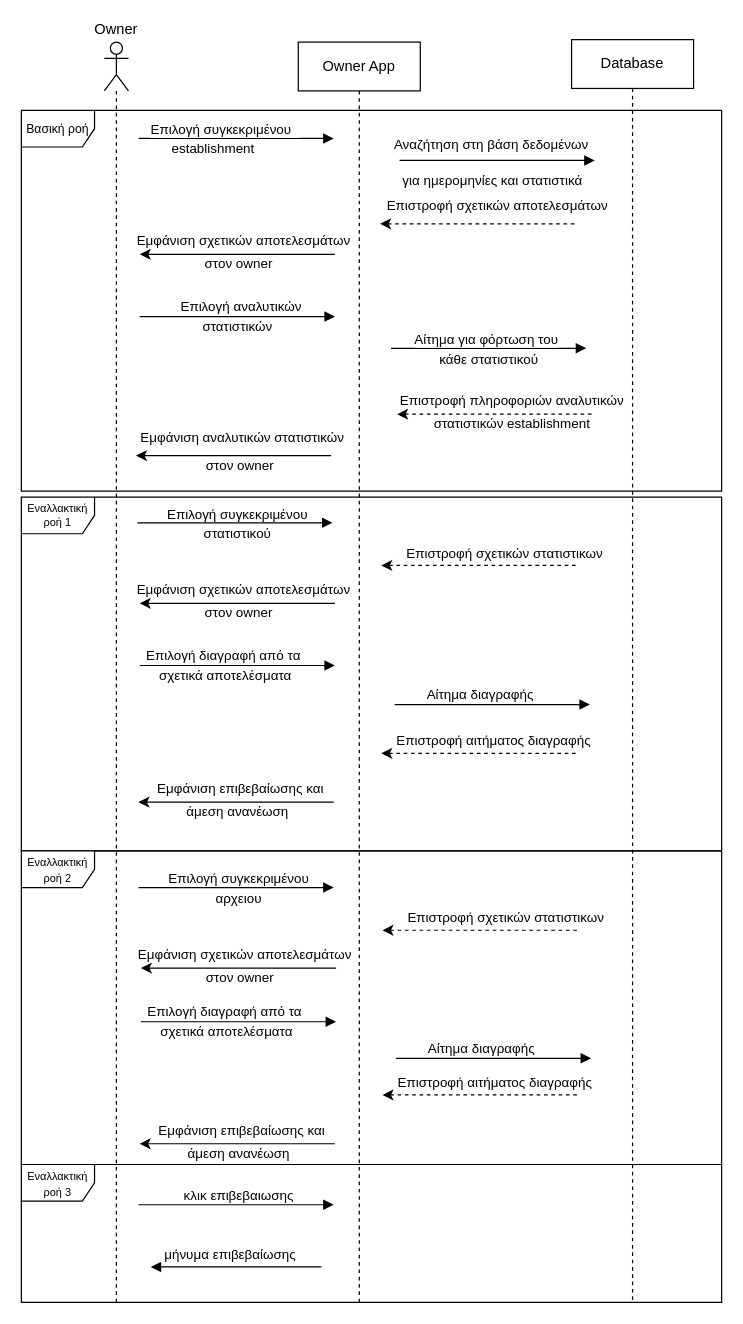
nickpotamianos/Software-Development-Project-Muscle-Mapp keeps this draw.io diagram as Paradoteo 2/documentation/diagrams - nikolas/owner_statistics.drawio. Above is the earlier version. Source tidied: cells renumbered, new cells numbered last; positions are measured from the earlier drawing's top-left corner, leaving out a move shared by most shapes. Both pictures are drawn from the tidied source at 122%, with x=0, y=0 at pixel (21, 39).
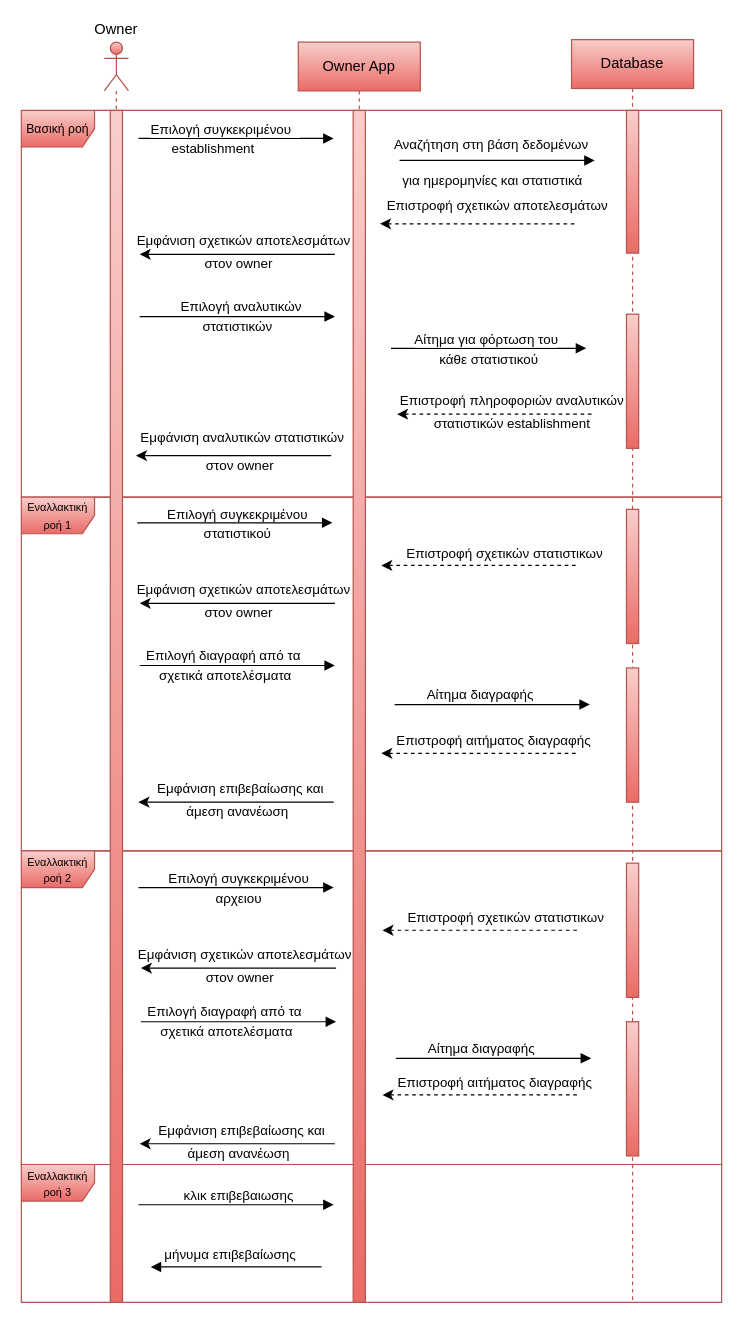
The same diagram, later.

Diff of the diagram source:
```diff
@@
-    <mxCell id="2" value="Owner" style="shape=umlLifeline;perimeter=lifelinePerimeter;whiteSpace=wrap;html=1;newEdgeStyle={&quot;curved&quot;:0,&quot;rounded&quot;:0};participant=umlActor;horizontal=1;verticalAlign=middle;align=center;spacingTop=0;spacing=2;spacingBottom=60;fontFamily=comfortaa;" parent="1" vertex="1">
+    <mxCell id="2" value="Owner" style="shape=umlLifeline;perimeter=lifelinePerimeter;whiteSpace=wrap;html=1;newEdgeStyle={&quot;curved&quot;:0,&quot;rounded&quot;:0};participant=umlActor;horizontal=1;verticalAlign=middle;align=center;spacingTop=0;spacing=2;spacingBottom=60;fontFamily=Helvetica;strokeColor=#b85450;fontSize=12;fontColor=default;fillColor=#f8cecc;gradientColor=#ea6b66;" parent="1" vertex="1">
       <mxGeometry x="68" y="2" width="19.8" height="1033" as="geometry" />
     </mxCell>
-    <mxCell id="3" value="Owner App" style="shape=umlLifeline;perimeter=lifelinePerimeter;whiteSpace=wrap;html=1;newEdgeStyle={&quot;curved&quot;:0,&quot;rounded&quot;:0};fontFamily=comfortaa;" parent="1" vertex="1">
+    <mxCell id="3" value="Owner App" style="shape=umlLifeline;perimeter=lifelinePerimeter;whiteSpace=wrap;html=1;newEdgeStyle={&quot;curved&quot;:0,&quot;rounded&quot;:0};fillColor=#f8cecc;gradientColor=#ea6b66;strokeColor=#b85450;" parent="1" vertex="1">
       <mxGeometry x="227" y="2" width="100" height="1033" as="geometry" />
     </mxCell>
-    <mxCell id="4" value="Database" style="shape=umlLifeline;perimeter=lifelinePerimeter;whiteSpace=wrap;html=1;newEdgeStyle={&quot;curved&quot;:0,&quot;rounded&quot;:0};fontFamily=comfortaa;" parent="1" vertex="1">
+    <mxCell id="4" value="Database" style="shape=umlLifeline;perimeter=lifelinePerimeter;whiteSpace=wrap;html=1;newEdgeStyle={&quot;curved&quot;:0,&quot;rounded&quot;:0};fontFamily=Helvetica;strokeColor=#b85450;align=center;verticalAlign=middle;fontSize=12;fontColor=default;fillColor=#f8cecc;gradientColor=#ea6b66;" parent="1" vertex="1">
       <mxGeometry x="451" width="100" height="1035" as="geometry" />
     </mxCell>
@@
-    <mxCell id="31" value="&lt;font style=&quot;font-size: 10px;&quot;&gt;Βασική ροή&lt;/font&gt;" style="shape=umlFrame;whiteSpace=wrap;html=1;fontFamily=comfortaa;" parent="1" vertex="1">
-      <mxGeometry y="58" width="574" height="312" as="geometry" />
+    <mxCell id="31" value="&lt;font style=&quot;font-size: 10px;&quot;&gt;Βασική ροή&lt;/font&gt;" style="shape=umlFrame;whiteSpace=wrap;html=1;fillColor=#f8cecc;gradientColor=#ea6b66;strokeColor=#b85450;" parent="1" vertex="1">
+      <mxGeometry y="58" width="574" height="317" as="geometry" />
     </mxCell>
-    <mxCell id="32" value="&lt;font style=&quot;font-size: 9px;&quot;&gt;Εναλλακτική ροή 1&lt;/font&gt;" style="shape=umlFrame;whiteSpace=wrap;html=1;fontFamily=comfortaa;fontSize=9;" parent="1" vertex="1">
+    <mxCell id="32" value="&lt;font style=&quot;font-size: 9px;&quot;&gt;Εναλλακτική ροή 1&lt;/font&gt;" style="shape=umlFrame;whiteSpace=wrap;html=1;fontFamily=Helvetica;fontSize=12;strokeColor=#b85450;align=center;verticalAlign=middle;fontColor=default;fillColor=#f8cecc;gradientColor=#ea6b66;" parent="1" vertex="1">
       <mxGeometry y="375" width="574" height="290" as="geometry" />
     </mxCell>
-    <mxCell id="33" value="&lt;p style=&quot;line-height: 100%;&quot;&gt;&lt;font style=&quot;&quot;&gt;&lt;font style=&quot;font-size: 9px;&quot;&gt;Εναλλακτική ροή 2&lt;/font&gt;&lt;br&gt;&lt;/font&gt;&lt;/p&gt;" style="shape=umlFrame;whiteSpace=wrap;html=1;fontFamily=comfortaa;" parent="1" vertex="1">
+    <mxCell id="33" value="&lt;p style=&quot;line-height: 100%;&quot;&gt;&lt;font style=&quot;&quot;&gt;&lt;font style=&quot;font-size: 9px;&quot;&gt;Εναλλακτική ροή 2&lt;/font&gt;&lt;br&gt;&lt;/font&gt;&lt;/p&gt;" style="shape=umlFrame;whiteSpace=wrap;html=1;fontFamily=Helvetica;strokeColor=#b85450;align=center;verticalAlign=middle;fontSize=12;fontColor=default;fillColor=#f8cecc;gradientColor=#ea6b66;" parent="1" vertex="1">
       <mxGeometry y="665" width="574" height="257" as="geometry" />
     </mxCell>
@@
-    <mxCell id="67" value="&lt;p style=&quot;line-height: 100%;&quot;&gt;&lt;font style=&quot;&quot;&gt;&lt;font style=&quot;font-size: 9px;&quot;&gt;Εναλλακτική ροή 3&lt;/font&gt;&lt;br&gt;&lt;/font&gt;&lt;/p&gt;" style="shape=umlFrame;whiteSpace=wrap;html=1;fontFamily=comfortaa;" parent="1" vertex="1">
+    <mxCell id="67" value="&lt;p style=&quot;line-height: 100%;&quot;&gt;&lt;font style=&quot;&quot;&gt;&lt;font style=&quot;font-size: 9px;&quot;&gt;Εναλλακτική ροή 3&lt;/font&gt;&lt;br&gt;&lt;/font&gt;&lt;/p&gt;" style="shape=umlFrame;whiteSpace=wrap;html=1;fontFamily=Helvetica;strokeColor=#b85450;align=center;verticalAlign=middle;fontSize=12;fontColor=default;fillColor=#f8cecc;gradientColor=#ea6b66;" parent="1" vertex="1">
       <mxGeometry y="922" width="574" height="113" as="geometry" />
     </mxCell>
@@
+    <mxCell id="72" style="html=1;perimeter=orthogonalPerimeter;targetShapes=umlLifeline;newEdgeStyle={&quot;curved&quot;:0,&quot;rounded&quot;:0};fillColor=#f8cecc;gradientColor=#ea6b66;strokeColor=#b85450;" parent="1" vertex="1">
+      <mxGeometry x="72.9" y="58" width="10" height="977" as="geometry" />
+    </mxCell>
+    <mxCell id="73" style="html=1;perimeter=orthogonalPerimeter;targetShapes=umlLifeline;newEdgeStyle={&quot;curved&quot;:0,&quot;rounded&quot;:0};fillColor=#f8cecc;gradientColor=#ea6b66;strokeColor=#b85450;" parent="1" vertex="1">
+      <mxGeometry x="272" y="58" width="10" height="977" as="geometry" />
+    </mxCell>
+    <mxCell id="74" style="html=1;perimeter=orthogonalPerimeter;targetShapes=umlLifeline;newEdgeStyle={&quot;curved&quot;:0,&quot;rounded&quot;:0};fillColor=#f8cecc;gradientColor=#ea6b66;strokeColor=#b85450;" parent="1" vertex="1">
+      <mxGeometry x="496" y="58" width="10" height="117" as="geometry" />
+    </mxCell>
+    <mxCell id="75" style="html=1;perimeter=orthogonalPerimeter;targetShapes=umlLifeline;newEdgeStyle={&quot;curved&quot;:0,&quot;rounded&quot;:0};fillColor=#f8cecc;gradientColor=#ea6b66;strokeColor=#b85450;" parent="1" vertex="1">
+      <mxGeometry x="496" y="225" width="10" height="110" as="geometry" />
+    </mxCell>
+    <mxCell id="76" style="html=1;perimeter=orthogonalPerimeter;targetShapes=umlLifeline;newEdgeStyle={&quot;curved&quot;:0,&quot;rounded&quot;:0};fillColor=#f8cecc;gradientColor=#ea6b66;strokeColor=#b85450;" parent="1" vertex="1">
+      <mxGeometry x="496" y="385" width="10" height="110" as="geometry" />
+    </mxCell>
+    <mxCell id="77" style="html=1;perimeter=orthogonalPerimeter;targetShapes=umlLifeline;newEdgeStyle={&quot;curved&quot;:0,&quot;rounded&quot;:0};fillColor=#f8cecc;gradientColor=#ea6b66;strokeColor=#b85450;" parent="1" vertex="1">
+      <mxGeometry x="496" y="515" width="10" height="110" as="geometry" />
+    </mxCell>
+    <mxCell id="78" style="html=1;perimeter=orthogonalPerimeter;targetShapes=umlLifeline;newEdgeStyle={&quot;curved&quot;:0,&quot;rounded&quot;:0};fillColor=#f8cecc;gradientColor=#ea6b66;strokeColor=#b85450;" parent="1" vertex="1">
+      <mxGeometry x="496" y="675" width="10" height="110" as="geometry" />
+    </mxCell>
+    <mxCell id="79" style="html=1;perimeter=orthogonalPerimeter;targetShapes=umlLifeline;newEdgeStyle={&quot;curved&quot;:0,&quot;rounded&quot;:0};fillColor=#f8cecc;gradientColor=#ea6b66;strokeColor=#b85450;" parent="1" vertex="1">
+      <mxGeometry x="496" y="805" width="10" height="110" as="geometry" />
+    </mxCell>
```
